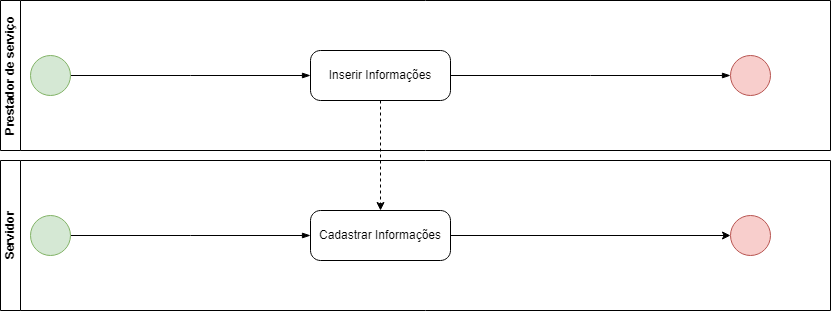
Above: Arquivos/CadBicoCliente.png in daikisuga/BICO (draw.io), before the change. Source tidied: cells renumbered, new cells last; positions are measured from the earlier drawing's top-left corner, leaving out a move shared by most shapes.
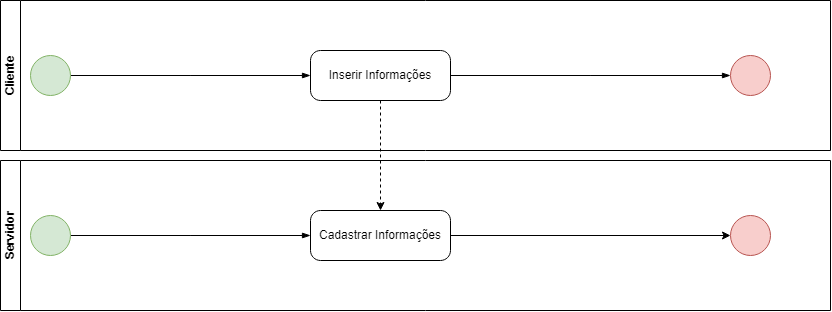
Later version of the same file.

What changed in the source:
```diff
@@ -2,7 +2,7 @@
   <root>
     <mxCell id="0" />
     <mxCell id="1" parent="0" />
-    <mxCell id="2" value="Prestador de serviço" style="swimlane;startSize=20;horizontal=0;html=1;whiteSpace=wrap;" parent="1" vertex="1">
+    <mxCell id="2" value="Cliente" style="swimlane;startSize=20;horizontal=0;html=1;whiteSpace=wrap;" parent="1" vertex="1">
       <mxGeometry width="830" height="150" as="geometry" />
     </mxCell>
     <mxCell id="3" style="edgeStyle=elbowEdgeStyle;fontSize=12;html=1;endArrow=blockThin;endFill=1;rounded=0;entryX=0;entryY=0.5;entryDx=0;entryDy=0;entryPerimeter=0;" parent="2" edge="1" target="5">
```
